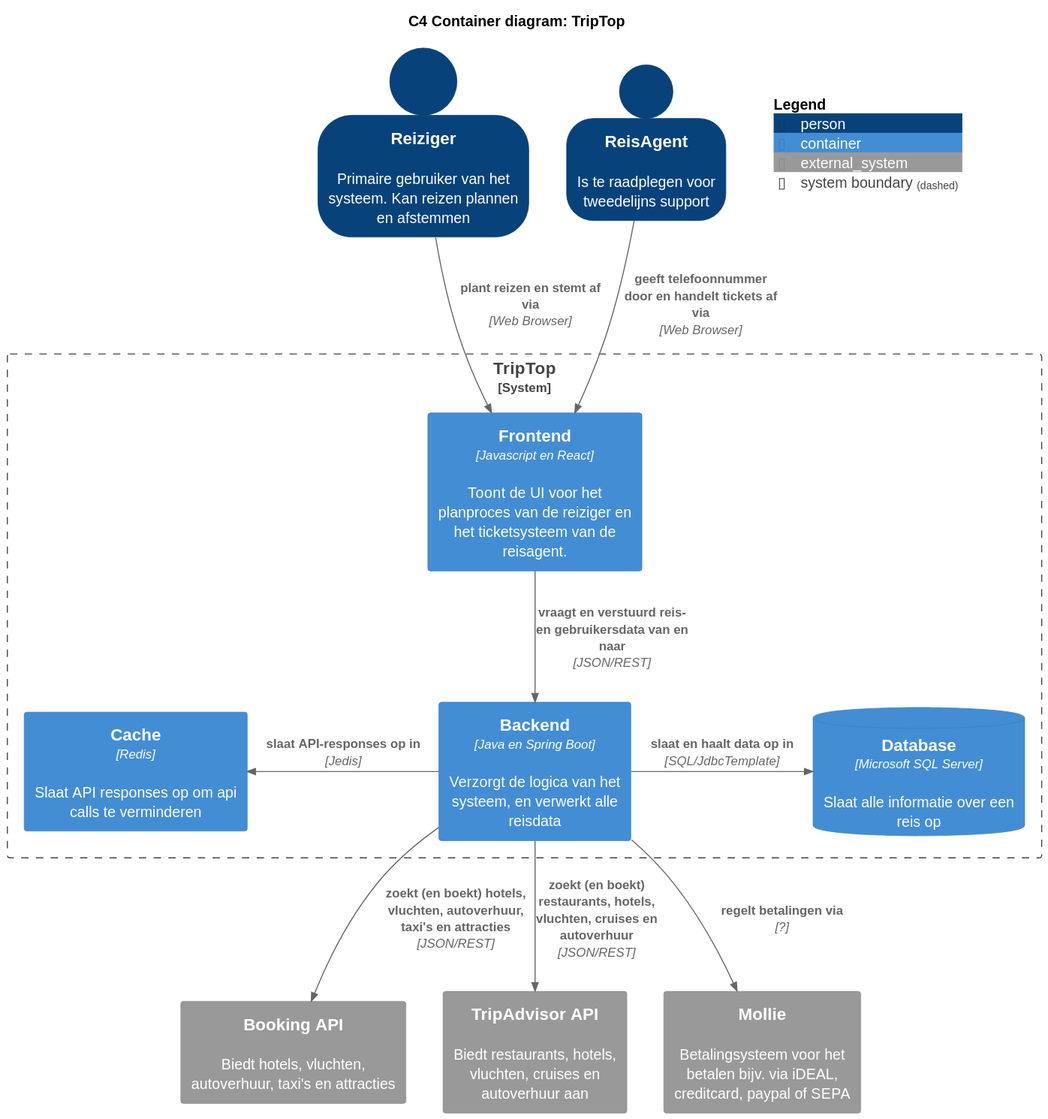
This is software-guidebook/sgb-bestanden/container-diagram-C4_Container_diagram__TripTop.svg from AIM-ENE-feb25/triptop-groep-4-jochem-roald-stijn-a, a PlantUML export, as it was before one commit.
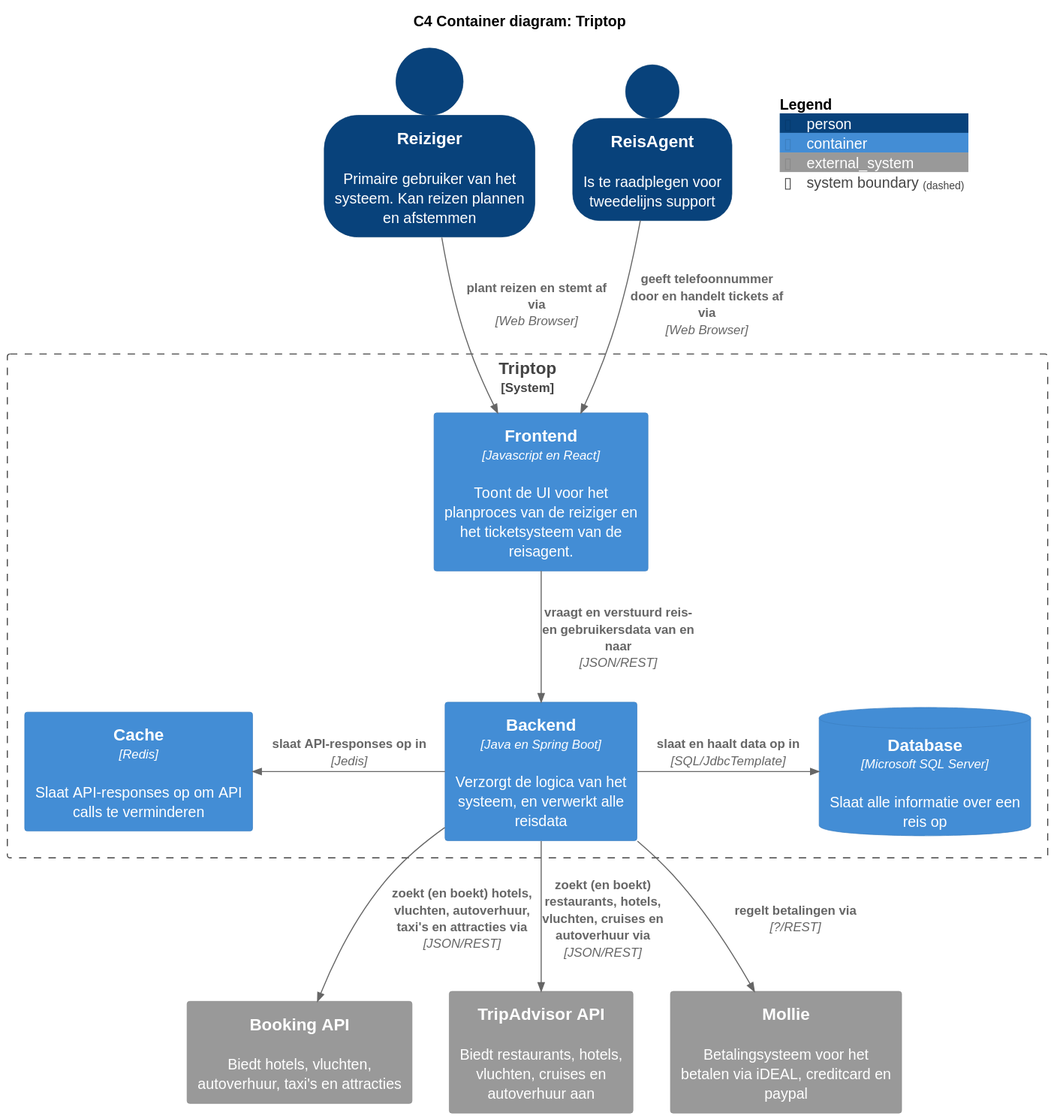
The same diagram one commit later.

Commit message:
Triptop naam hoofdletter vervangen

Change to the diagram source:
```diff
@@ -1,5 +1,5 @@
 @startuml
-title C4 Container diagram: TripTop
+title C4 Container diagram: Triptop
 !include <C4/C4_Container.puml>
 
 top to bottom direction
@@ -9,16 +9,16 @@
 Person(reiziger, "Reiziger", "Primaire gebruiker van het systeem. Kan reizen plannen en afstemmen")
 Person(reisagent, "ReisAgent", "Is te raadplegen voor tweedelijns support")
 
-System_Boundary(system, "TripTop") {
+System_Boundary(system, "Triptop") {
     Container(frontend, "Frontend", "Javascript en React", "Toont de UI voor het planproces van de reiziger en het ticketsysteem van de reisagent.")
     Container(backend, "Backend", "Java en Spring Boot", "Verzorgt de logica van het systeem, en verwerkt alle reisdata")
     ContainerDb(db, "Database", "Microsoft SQL Server", "Slaat alle informatie over een reis op")
-    Container(cache, "Cache", "Redis", "Slaat API responses op om api calls te verminderen")
+    Container(cache, "Cache", "Redis", "Slaat API-responses op om API calls te verminderen")
 }
 
 System_Ext(booking, "Booking API", "Biedt hotels, vluchten, autoverhuur, taxi's en attracties")
 System_Ext(tripadvisor, "TripAdvisor API", "Biedt restaurants, hotels, vluchten, cruises en autoverhuur aan")
-System_Ext(mollie, "Mollie", "Betalingsysteem voor het betalen bijv. via iDEAL, creditcard, paypal of SEPA")
+System_Ext(mollie, "Mollie", "Betalingsysteem voor het betalen via iDEAL, creditcard en paypal")
 
 Rel(reiziger, frontend, "plant reizen en stemt af via", "Web Browser")
 Rel(reisagent, frontend, "geeft telefoonnummer door en handelt tickets af via", "Web Browser")
@@ -28,9 +28,9 @@
 Rel_L(backend, cache, "slaat API-responses op in", "Jedis")
 
 
-Rel(backend, booking, "zoekt (en boekt) hotels, vluchten, autoverhuur, taxi's en attracties", "JSON/REST")
-Rel(backend, tripadvisor, "zoekt (en boekt) restaurants, hotels, vluchten, cruises en autoverhuur", "JSON/REST")
-Rel(backend, mollie, "regelt betalingen via", "?")
+Rel(backend, booking, "zoekt (en boekt) hotels, vluchten, autoverhuur, taxi's en attracties via", "JSON/REST")
+Rel(backend, tripadvisor, "zoekt (en boekt) restaurants, hotels, vluchten, cruises en autoverhuur via", "JSON/REST")
+Rel(backend, mollie, "regelt betalingen via", "?/REST")
 
 SHOW_FLOATING_LEGEND()
 @enduml
```
